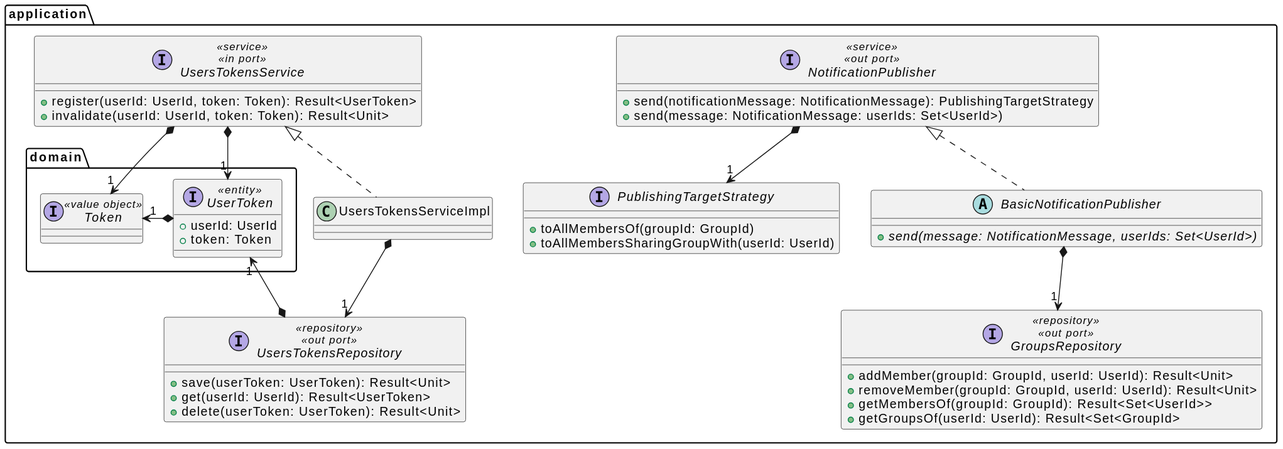
Before: res/notification-service-structure-light.svg, a diagram exported from PlantUML (position-pal/position-pal.github.io).
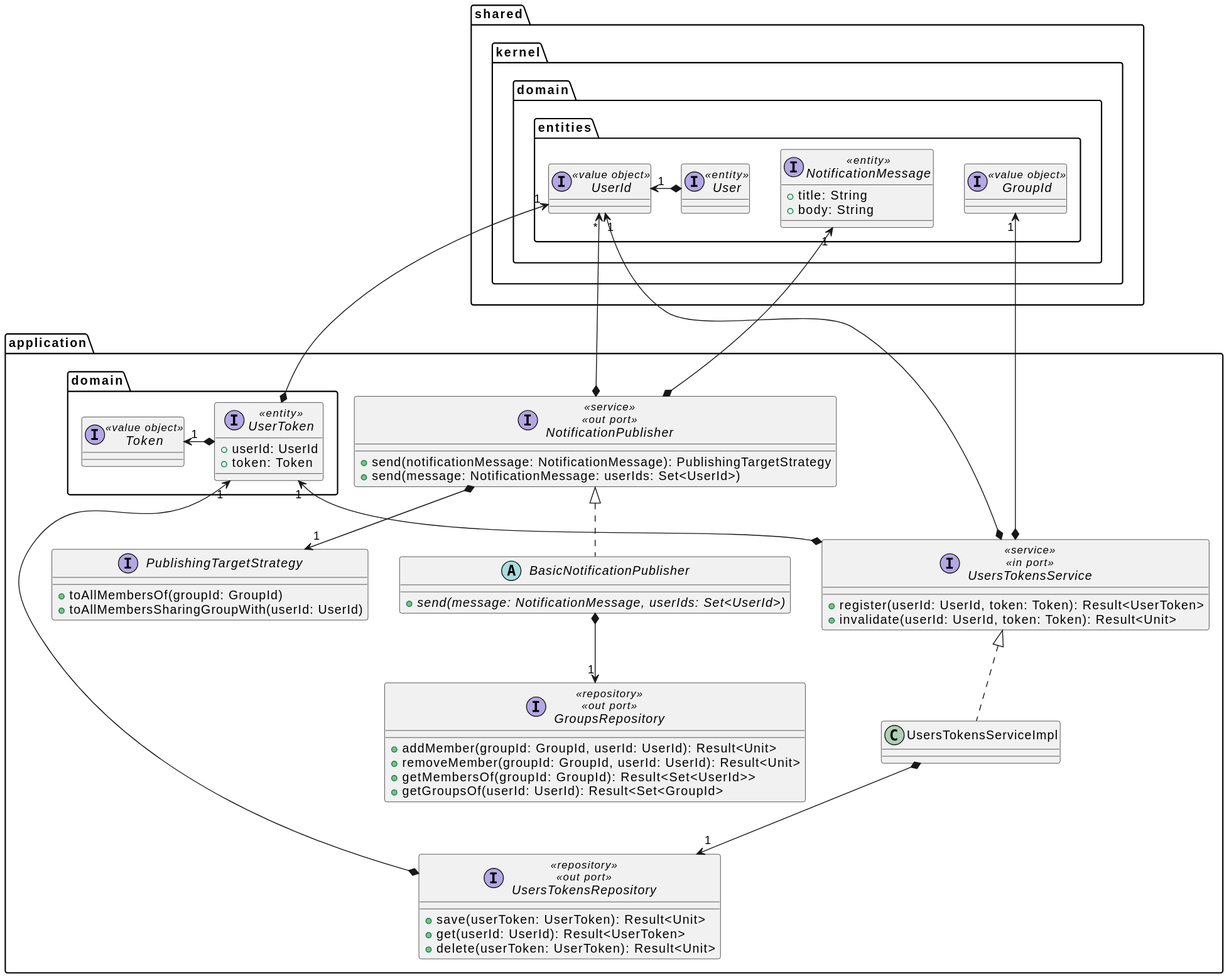
The same file after the commit.

The edit, as a diff of the source:
```diff
@@ -1,4 +1,17 @@
 @startuml
+package shared.kernel.domain {
+    package entities {
+        interface User <<entity>>
+        interface UserId <<value object>>
+        interface GroupId <<value object>>
+        User *-left-> "1" UserId
+        interface NotificationMessage <<entity>> {
+            + title: String
+            + body: String
+        }
+    }
+}
+
 package application {
 
     package domain {
@@ -10,6 +23,7 @@
             + token: Token
         }
         UserToken *-left-> "1" Token
+        UserToken *-up--> "1" UserId
     }
 
     interface GroupsRepository <<repository>> <<out port>> {
@@ -23,6 +37,8 @@
         + send(notificationMessage: NotificationMessage): PublishingTargetStrategy
         + send(message: NotificationMessage: userIds: Set<UserId>)
     }
+    NotificationPublisher *-up--> "1" NotificationMessage
+    NotificationPublisher *-up--> "*" UserId
 
     interface PublishingTargetStrategy {
         + toAllMembersOf(groupId: GroupId)
@@ -46,14 +62,13 @@
         + register(userId: UserId, token: Token): Result<UserToken>
         + invalidate(userId: UserId, token: Token): Result<Unit>
     }
+    UsersTokensService *-up-> "1" UserId
+    UsersTokensService *-up-> "1" GroupId
 
-    UsersTokensRepository *-left--> "1" UserToken
-    UsersTokensService *--> "1" UserToken
-    UsersTokensService *--> "1" Token
+    UsersTokensRepository *-up-> "1" UserToken
+    UsersTokensService *-up-> "1" UserToken
 
     class UsersTokensServiceImpl implements UsersTokensService
     UsersTokensServiceImpl *--> "1" UsersTokensRepository
-
-
 }
 @enduml
```
